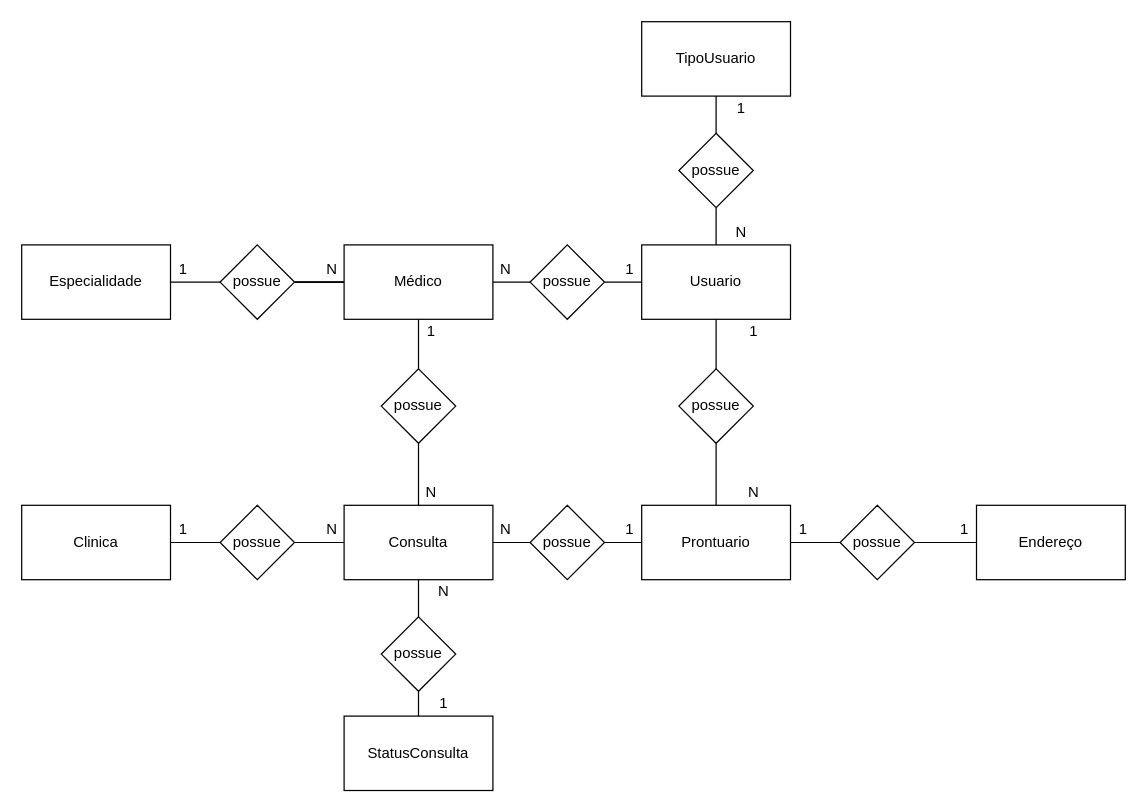
LucasFelicianoAlmeida/senai_spmedgroup_sprint1_bd-manha_LucasFelicianodeAlmeidaTeixeira keeps this draw.io diagram as Modelo Conceitual - Clinica.drawio. Above is the earlier version. Source tidied: cells renumbered, new cells numbered last; positions are measured from the earlier drawing's top-left corner, leaving out a move shared by most shapes. Both pictures are drawn from the tidied source at 124%, with x=0, y=0 at pixel (21, 21).
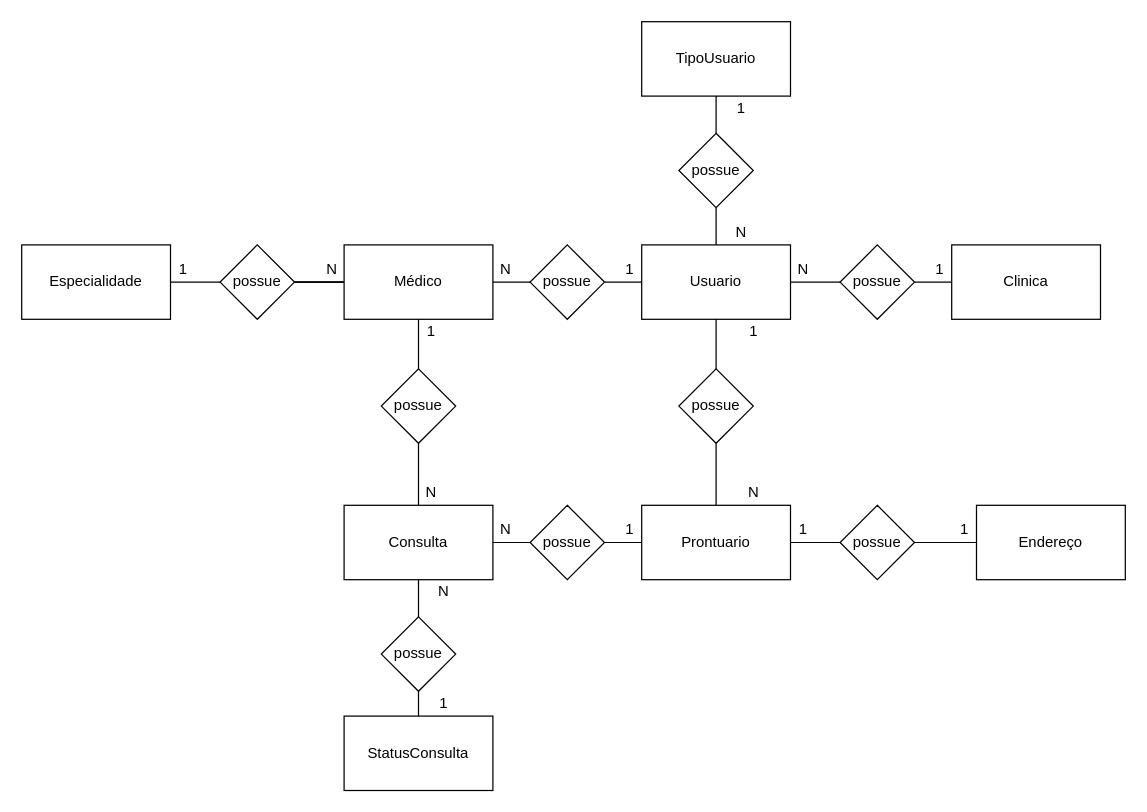
Above is the later version.

Unchanged cells that the change refers to:
```xml
<mxCell id="6" value="Usuario" style="rounded=0;whiteSpace=wrap;html=1;" parent="1" vertex="1">
  <mxGeometry x="500" y="180" width="120" height="60" as="geometry" />
</mxCell>
<mxCell id="24" value="Consulta" style="rounded=0;whiteSpace=wrap;html=1;" parent="1" vertex="1">
  <mxGeometry x="260" y="390" width="120" height="60" as="geometry" />
</mxCell>
```

Change to the diagram source:
```diff
@@
-    <mxCell id="17" style="edgeStyle=orthogonalEdgeStyle;rounded=0;jettySize=auto;html=1;endArrow=none;endFill=0;" parent="1" edge="1" source="18" target="33">
+    <mxCell id="17" style="edgeStyle=orthogonalEdgeStyle;rounded=0;jettySize=auto;html=1;entryX=1;entryY=0.5;entryDx=0;entryDy=0;endArrow=none;endFill=0;" parent="1" edge="1" source="18" target="33">
       <mxGeometry relative="1" as="geometry" />
     </mxCell>
     <mxCell id="18" value="Clinica&lt;br&gt;" style="rounded=0;whiteSpace=wrap;html=1;" parent="1" vertex="1">
-      <mxGeometry y="390" width="120" height="60" as="geometry" />
+      <mxGeometry x="750" y="180" width="120" height="60" as="geometry" />
     </mxCell>
@@
-    <mxCell id="22" style="edgeStyle=orthogonalEdgeStyle;rounded=0;jettySize=auto;html=1;endArrow=none;endFill=0;" parent="1" edge="1" source="24" target="33">
-      <mxGeometry relative="1" as="geometry" />
-    </mxCell>
@@
-    <mxCell id="32" style="edgeStyle=orthogonalEdgeStyle;rounded=0;jettySize=auto;html=1;entryX=0;entryY=0.5;entryDx=0;entryDy=0;endArrow=none;endFill=0;" parent="1" edge="1" source="33" target="24">
-      <mxGeometry relative="1" as="geometry" />
-    </mxCell>
+    <mxCell id="59" style="edgeStyle=orthogonalEdgeStyle;rounded=0;jettySize=auto;html=1;entryX=1;entryY=0.5;entryDx=0;entryDy=0;endArrow=none;endFill=0;" parent="1" edge="1" source="33" target="6">
+      <mxGeometry relative="1" as="geometry" />
+    </mxCell>
     <mxCell id="33" value="possue" style="rhombus;whiteSpace=wrap;html=1;" parent="1" vertex="1">
-      <mxGeometry x="160" y="390" width="60" height="60" as="geometry" />
+      <mxGeometry x="660" y="180" width="60" height="60" as="geometry" />
     </mxCell>
@@
     <mxCell id="41" value="1" style="text;html=1;align=center;verticalAlign=middle;" parent="1" vertex="1">
-      <mxGeometry x="120" y="400" width="20" height="20" as="geometry" />
+      <mxGeometry x="730" y="190" width="20" height="20" as="geometry" />
     </mxCell>
     <mxCell id="42" value="N" style="text;html=1;align=center;verticalAlign=middle;" parent="1" vertex="1">
-      <mxGeometry x="240" y="400" width="20" height="20" as="geometry" />
+      <mxGeometry x="620" y="190" width="20" height="20" as="geometry" />
     </mxCell>
```
